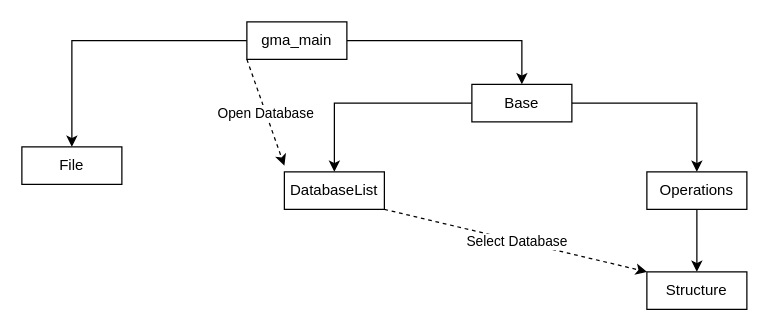
Earlier version of the draw.io diagram addons/Godot-MyAdmin/components.drawio (o-Fred-o/GMA). Source tidied: cells renumbered, new cells numbered last; positions are measured from the earlier drawing's top-left corner, leaving out a move shared by most shapes. Both pictures are drawn from the tidied source at 125%, with x=0, y=0 at pixel (21, 21).
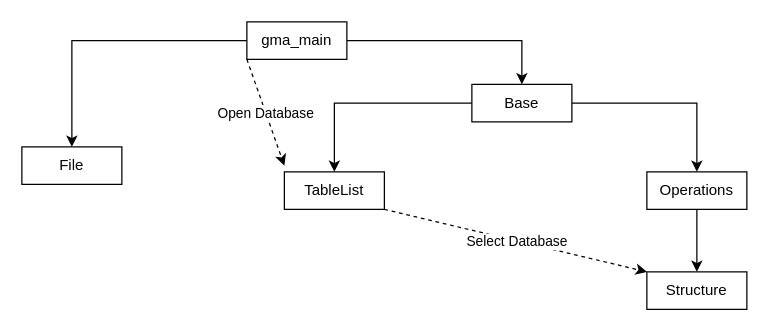
After the change.

Commit message:
add table for data

Change to the diagram source:
```diff
@@
 <mxGraphModel>
   <root>
     <mxCell id="0" />
     <mxCell id="1" parent="0" />
     <mxCell id="2" style="edgeStyle=orthogonalEdgeStyle;rounded=0;jettySize=auto;html=1;entryX=0.5;entryY=0;entryDx=0;entryDy=0;" parent="1" edge="1" source="4" target="5">
       <mxGeometry relative="1" as="geometry" />
     </mxCell>
     <mxCell id="3" style="edgeStyle=orthogonalEdgeStyle;rounded=0;jettySize=auto;html=1;exitX=1;exitY=0.5;exitDx=0;exitDy=0;entryX=0.5;entryY=0;entryDx=0;entryDy=0;" parent="1" edge="1" source="4" target="8">
       <mxGeometry relative="1" as="geometry" />
     </mxCell>
     <mxCell id="4" value="gma_main" style="rounded=0;whiteSpace=wrap;html=1;" parent="1" vertex="1">
       <mxGeometry x="180" width="80" height="30" as="geometry" />
     </mxCell>
     <mxCell id="5" value="File" style="rounded=0;whiteSpace=wrap;html=1;" parent="1" vertex="1">
       <mxGeometry y="100" width="80" height="30" as="geometry" />
     </mxCell>
     <mxCell id="6" style="edgeStyle=orthogonalEdgeStyle;rounded=0;jettySize=auto;html=1;entryX=0.5;entryY=0;entryDx=0;entryDy=0;" parent="1" edge="1" source="8" target="9">
       <mxGeometry relative="1" as="geometry" />
     </mxCell>
     <mxCell id="7" style="edgeStyle=orthogonalEdgeStyle;rounded=0;jettySize=auto;html=1;entryX=0.5;entryY=0;entryDx=0;entryDy=0;" parent="1" edge="1" source="8" target="11">
       <mxGeometry relative="1" as="geometry" />
     </mxCell>
     <mxCell id="8" value="Base" style="rounded=0;whiteSpace=wrap;html=1;" parent="1" vertex="1">
       <mxGeometry x="360" y="50" width="80" height="30" as="geometry" />
     </mxCell>
-    <mxCell id="9" value="DatabaseList" style="rounded=0;whiteSpace=wrap;html=1;" parent="1" vertex="1">
+    <mxCell id="9" value="TableList" style="rounded=0;whiteSpace=wrap;html=1;" parent="1" vertex="1">
       <mxGeometry x="210" y="120" width="80" height="30" as="geometry" />
     </mxCell>
     <mxCell id="10" style="edgeStyle=orthogonalEdgeStyle;rounded=0;jettySize=auto;html=1;exitX=0.5;exitY=1;exitDx=0;exitDy=0;" parent="1" edge="1" source="11" target="16">
       <mxGeometry relative="1" as="geometry" />
     </mxCell>
     <mxCell id="11" value="Operations" style="rounded=0;whiteSpace=wrap;html=1;" parent="1" vertex="1">
       <mxGeometry x="500" y="120" width="80" height="30" as="geometry" />
     </mxCell>
     <mxCell id="12" style="endArrow=classic;html=1;exitX=0;exitY=1;exitDx=0;exitDy=0;dashed=1;" parent="1" edge="1" source="4">
       <mxGeometry relative="1" as="geometry">
         <mxPoint x="210" y="115" as="targetPoint" />
       </mxGeometry>
     </mxCell>
     <mxCell id="13" value="Open Database" style="edgeLabel;html=1;align=center;verticalAlign=middle;" parent="12" vertex="1">
       <mxGeometry relative="1" as="geometry" />
     </mxCell>
     <mxCell id="14" style="endArrow=classic;html=1;dashed=1;entryX=0;entryY=0;entryDx=0;entryDy=0;exitX=1;exitY=1;exitDx=0;exitDy=0;" parent="1" edge="1" source="9" target="16">
       <mxGeometry relative="1" as="geometry" />
     </mxCell>
     <mxCell id="15" value="Select Database" style="edgeLabel;html=1;align=center;verticalAlign=middle;" parent="14" vertex="1">
       <mxGeometry relative="1" as="geometry" />
     </mxCell>
     <mxCell id="16" value="Structure" style="rounded=0;whiteSpace=wrap;html=1;" parent="1" vertex="1">
       <mxGeometry x="500" y="200" width="80" height="30" as="geometry" />
     </mxCell>
   </root>
 </mxGraphModel>
```
